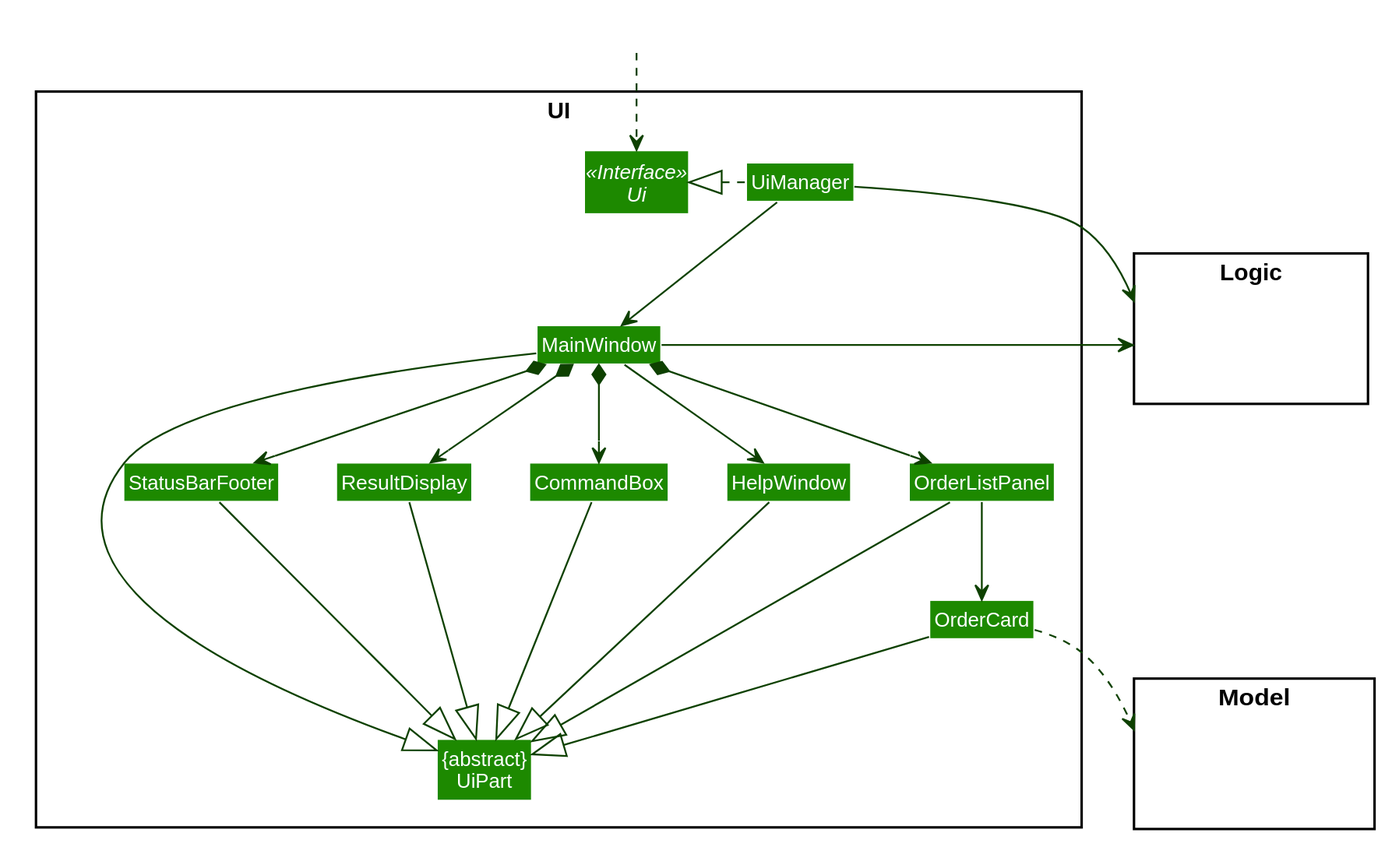
The PlantUML diagram docs/images/UiClassDiagram.svg in nus-cs2103-AY1920S2/addressbook-level3, before a commit.
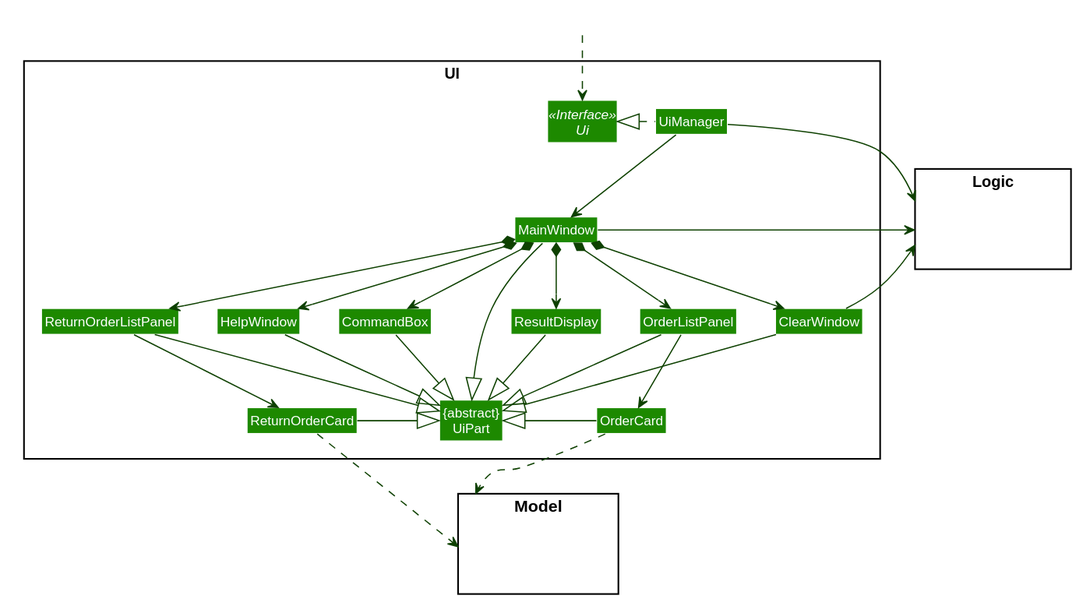
Above is the later version.

Commit message:
Update the Ui UML diagram.

What changed in the source:
```diff
@@ -57,10 +57,12 @@
 Class UiManager
 Class MainWindow
 Class HelpWindow
+Class ClearWindow
 Class ResultDisplay
 Class OrderListPanel
 Class OrderCard
-Class StatusBarFooter
+Class ReturnOrderListPanel
+Class ReturnOrderCard
 Class CommandBox
 }
 
@@ -77,31 +79,37 @@
 
 UiManager .left.|> Ui
 UiManager -down-> MainWindow
-MainWindow --> HelpWindow
+MainWindow *--> HelpWindow
+MainWindow *--> ClearWindow
 MainWindow *-down-> CommandBox
 MainWindow *-down-> ResultDisplay
 MainWindow *-down-> OrderListPanel
-MainWindow *-down-> StatusBarFooter
+MainWindow *-down-> ReturnOrderListPanel
 
 OrderListPanel -down-> OrderCard
+ReturnOrderListPanel -down-> ReturnOrderCard
 
-MainWindow -left-|> UiPart
+MainWindow --|> UiPart
 
 ResultDisplay --|> UiPart
 CommandBox --|> UiPart
 OrderListPanel --|> UiPart
-OrderCard --|> UiPart
-StatusBarFooter --|> UiPart
-HelpWindow -down-|> UiPart
+OrderCard -right-|> UiPart
+ReturnOrderListPanel --|> UiPart
+ReturnOrderCard -left-|> UiPart
+HelpWindow --|> UiPart
+ClearWindow --|> UiPart
 
 OrderCard ..> Model
+ReturnOrderCard ..> Model
 UiManager -right-> Logic
 MainWindow -left-> Logic
+ClearWindow -left-> Logic
 
-OrderListPanel -[hidden]left- HelpWindow
-HelpWindow -[hidden]left- CommandBox
+ClearWindow -[hidden]down- OrderCard
+HelpWindow -[hidden]right- ResultDisplay
+HelpWindow -[hidden]left- ReturnOrderListPanel
+HelpWindow -[hidden]down- ReturnOrderCard
 CommandBox -[hidden]left- ResultDisplay
-ResultDisplay -[hidden]left- StatusBarFooter
 
-MainWindow -[hidden]-|> UiPart
 @enduml
```
